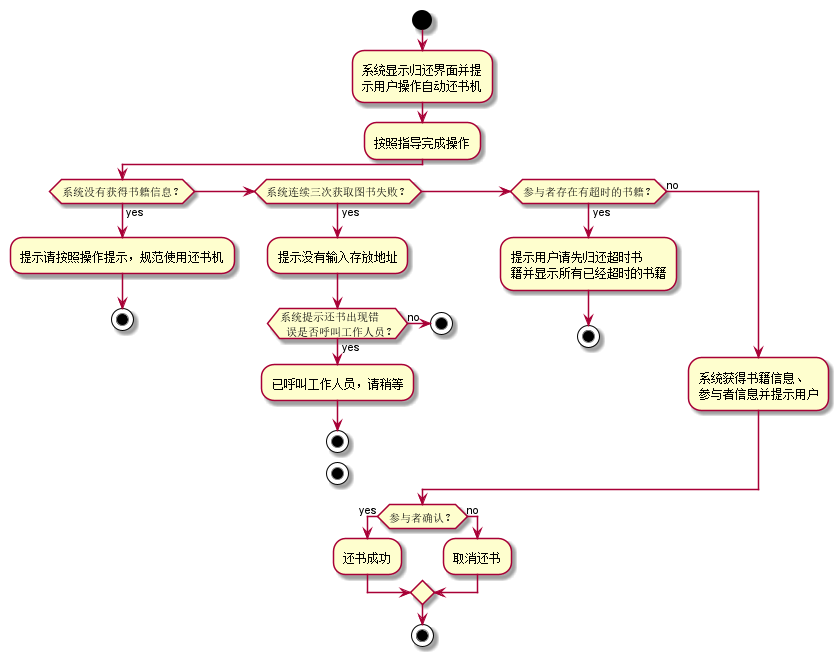
Before: test2/useCaseImg/returnBook.png, a diagram exported from PlantUML (Frapschen/is_analysis). Its diagram source:
```plantuml
@startuml
start
:系统显示归还界面并提
示用户操作自动还书机;
:按照指导完成操作;
if (系统没有获得书籍信息？) then (yes)
  :提示请按照操作提示，规范使用还书机;
    stop
elseif (系统连续三次获取图书失败？) then (yes)
  :提示没有输入存放地址;
  if (系统提示还书出现错
  误是否呼叫工作人员？) then (yes)
  :已呼叫工作人员，请稍等;
  stop
    else (no)
    stop
  endif
  stop
elseif (参与者存在有超时的书籍？) then (yes)
  :提示用户请先归还超时书
  籍并显示所有已经超时的书籍;
    stop
else (no)
  :系统获得书籍信息、
  参与者信息并提示用户;
endif
if (参与者确认？) then (yes)
  :还书成功;
else (no)
  :取消还书;
endif
stop
@enduml
```
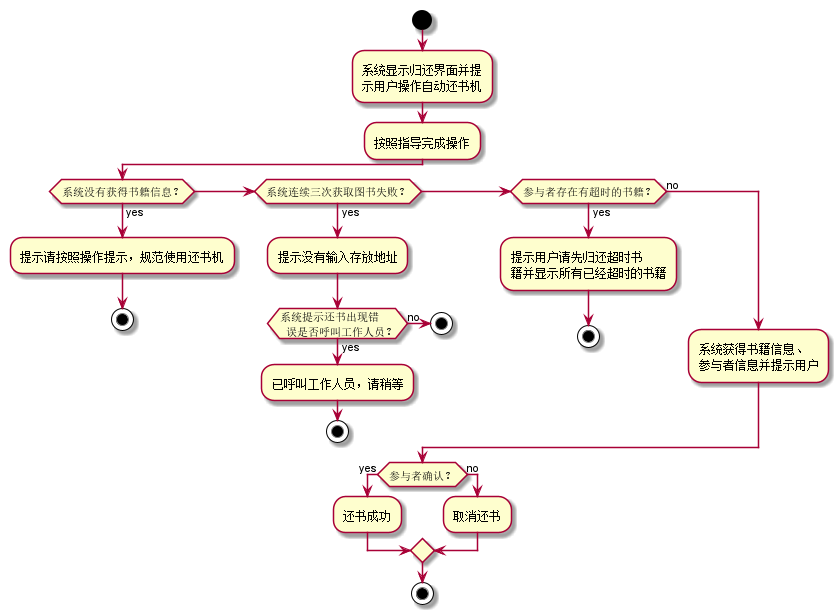
After the change.

The edit, as a diff of the source:
```diff
@@ -15,7 +15,6 @@
     else (no)
     stop
   endif
-  stop
 elseif (参与者存在有超时的书籍？) then (yes)
   :提示用户请先归还超时书
   籍并显示所有已经超时的书籍;
```
